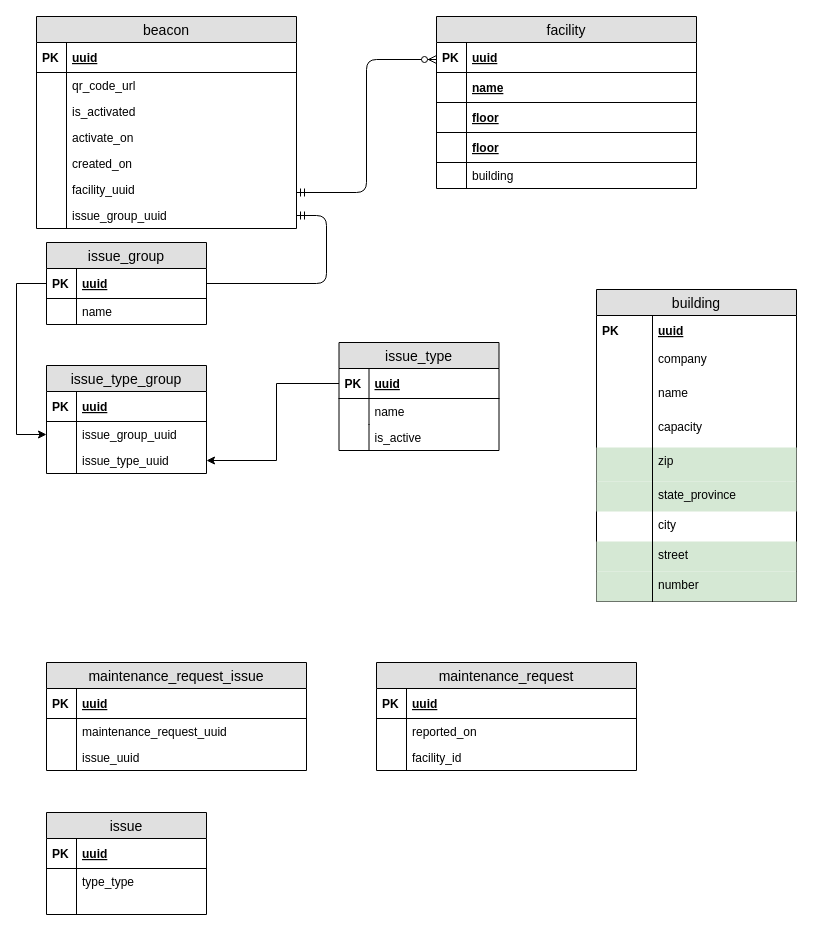
This is housekeeper-service-erd.drawio from MaslovD/project-zebra-diagrams, a draw.io file, before an edit. Source tidied: cells renumbered, new cells numbered last; positions are measured from the earlier drawing's top-left corner, leaving out a move shared by most shapes. Both pictures are drawn from the tidied source at 100%, with x=0, y=0 at pixel (16, 16).
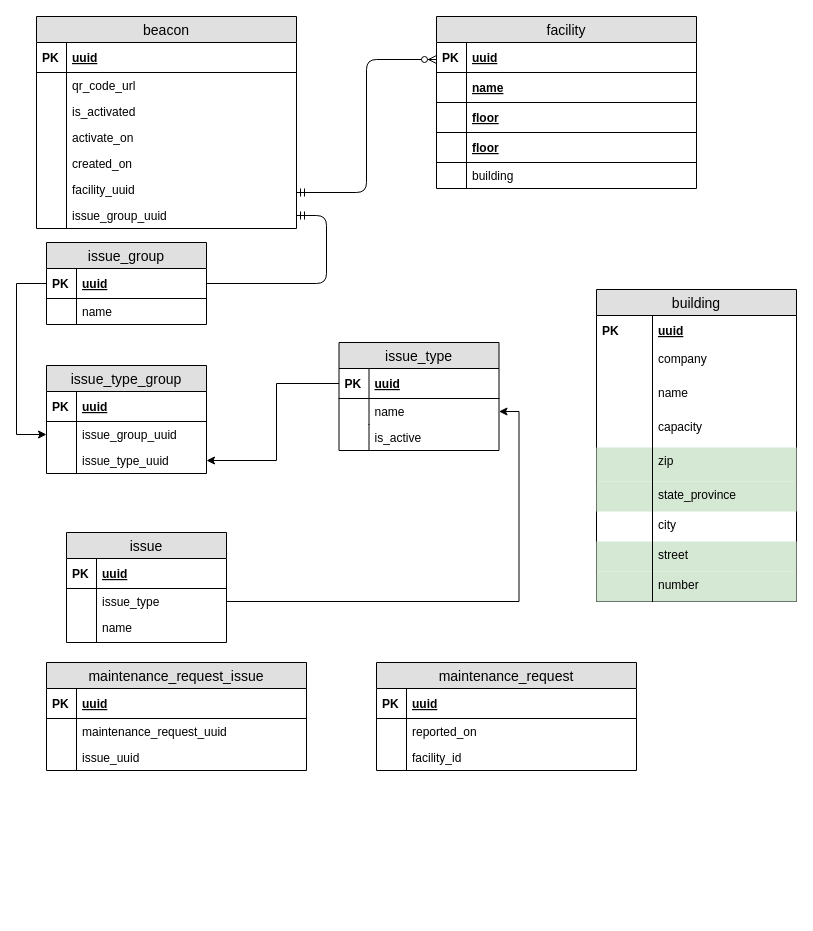
The same diagram, later.

Unchanged cells that the change refers to:
```xml
<mxCell id="73" value="name" style="shape=partialRectangle;top=0;left=0;right=0;bottom=0;align=left;verticalAlign=top;fillColor=none;spacingLeft=34;spacingRight=4;overflow=hidden;points=[[0,0.5],[1,0.5]];portConstraint=eastwest;fontSize=12;" parent="70" vertex="1">
  <mxGeometry y="56" width="160" height="26" as="geometry" />
</mxCell>
```

Change to the diagram source:
```diff
@@
     <mxCell id="21" value="issue" style="swimlane;fontStyle=0;horizontal=1;startSize=26;fillColor=#e0e0e0;swimlaneFillColor=#ffffff;align=center;fontSize=14;" parent="1" vertex="1">
-      <mxGeometry x="30" y="796" width="160" height="102" as="geometry" />
+      <mxGeometry x="50" y="516" width="160" height="110" as="geometry" />
     </mxCell>
@@
-    <mxCell id="24" value="type_type" style="shape=partialRectangle;top=0;left=0;right=0;bottom=0;align=left;verticalAlign=top;fillColor=none;spacingLeft=34;spacingRight=4;overflow=hidden;points=[[0,0.5],[1,0.5]];portConstraint=eastwest;fontSize=12;" parent="21" vertex="1">
+    <mxCell id="24" value="issue_type" style="shape=partialRectangle;top=0;left=0;right=0;bottom=0;align=left;verticalAlign=top;fillColor=none;spacingLeft=34;spacingRight=4;overflow=hidden;points=[[0,0.5],[1,0.5]];portConstraint=eastwest;fontSize=12;" parent="21" vertex="1">
       <mxGeometry y="56" width="160" height="26" as="geometry" />
     </mxCell>
@@
-    <mxCell id="26" style="shape=partialRectangle;top=0;left=0;right=0;bottom=0;align=left;verticalAlign=top;fillColor=none;spacingLeft=34;spacingRight=4;overflow=hidden;fontSize=12;" parent="21" vertex="1">
-      <mxGeometry y="82" width="160" height="10" as="geometry" />
-    </mxCell>
-    <mxCell id="27" style="shape=partialRectangle;top=0;left=0;bottom=0;fillColor=none;align=left;verticalAlign=top;spacingLeft=4;spacingRight=4;overflow=hidden;fontSize=12;" parent="26" vertex="1">
-      <mxGeometry width="30" height="10" as="geometry" />
-    </mxCell>
-    <mxCell id="28" style="shape=partialRectangle;top=0;left=0;right=0;bottom=0;align=left;verticalAlign=top;fillColor=none;spacingLeft=34;spacingRight=4;overflow=hidden;fontSize=12;" parent="21" vertex="1">
-      <mxGeometry y="92" width="160" height="10" as="geometry" />
+    <mxCell id="28" value="name&#10;" style="shape=partialRectangle;top=0;left=0;right=0;bottom=0;align=left;verticalAlign=top;fillColor=none;spacingLeft=34;spacingRight=4;overflow=hidden;fontSize=12;" parent="21" vertex="1">
+      <mxGeometry y="82" width="160" height="28" as="geometry" />
     </mxCell>
     <mxCell id="29" style="shape=partialRectangle;top=0;left=0;bottom=0;fillColor=none;align=left;verticalAlign=top;spacingLeft=4;spacingRight=4;overflow=hidden;fontSize=12;" parent="28" vertex="1">
-      <mxGeometry width="30" height="10" as="geometry" />
+      <mxGeometry width="30" height="28" as="geometry" />
     </mxCell>
@@
+    <mxCell id="93" style="edgeStyle=orthogonalEdgeStyle;rounded=0;jettySize=auto;html=1;entryX=1;entryY=0.5;entryDx=0;entryDy=0;" parent="1" edge="1" source="24" target="73">
+      <mxGeometry relative="1" as="geometry" />
+    </mxCell>
```
